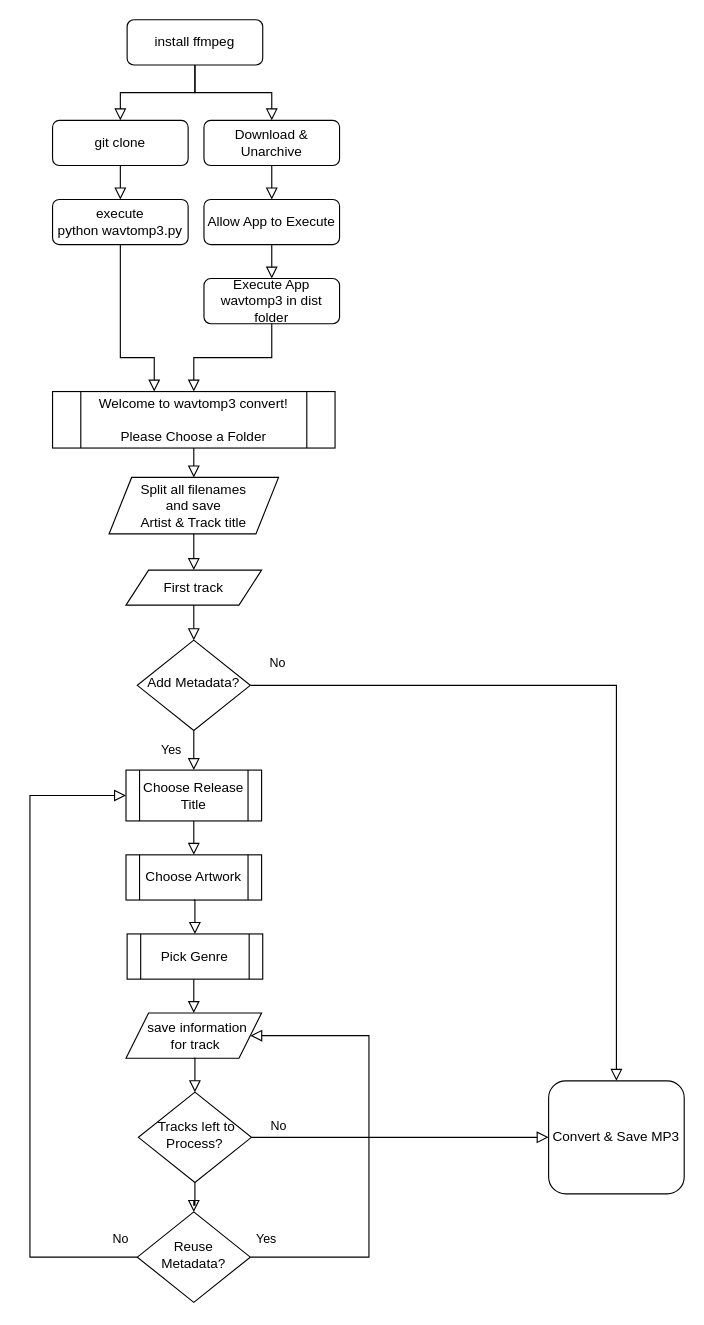
The draw.io diagram readme-content/Untitled Diagram.drawio in carlos-lehmann/wavtomp3, before the edit. Source tidied: cells renumbered, new cells numbered last; positions are measured from the earlier drawing's top-left corner, leaving out a move shared by most shapes. Both pictures are drawn from the tidied source at 113%, with x=0, y=0 at pixel (29, 19).
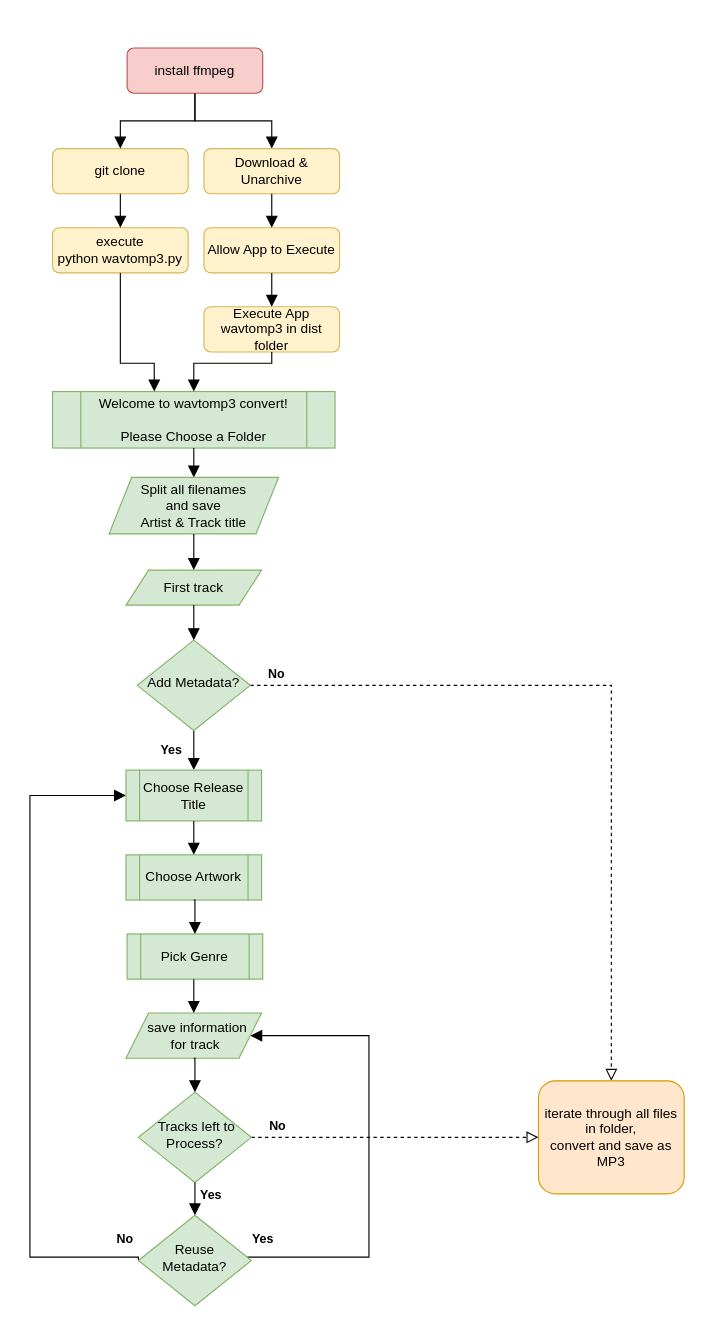
Above is the later version.

What changed in the source:
```diff
@@
-    <mxCell id="2" style="rounded=0;html=1;jettySize=auto;fontSize=11;endArrow=block;endFill=0;endSize=8;strokeWidth=1;shadow=0;labelBackgroundColor=none;edgeStyle=orthogonalEdgeStyle;" parent="1" edge="1" source="3" target="11">
+    <mxCell id="2" style="rounded=0;html=1;jettySize=auto;fontSize=11;endArrow=block;endFill=1;endSize=8;strokeWidth=1;shadow=0;labelBackgroundColor=none;edgeStyle=orthogonalEdgeStyle;" parent="1" edge="1" source="3" target="11">
       <mxGeometry relative="1" as="geometry" />
     </mxCell>
-    <mxCell id="3" value="install ffmpeg" style="rounded=1;whiteSpace=wrap;html=1;fontSize=12;glass=0;strokeWidth=1;shadow=0;" parent="1" vertex="1">
-      <mxGeometry x="86" width="120" height="40" as="geometry" />
+    <mxCell id="3" value="install ffmpeg" style="rounded=1;whiteSpace=wrap;html=1;fontSize=12;glass=0;strokeWidth=1;shadow=0;fillColor=#f8cecc;strokeColor=#b85450;" parent="1" vertex="1">
+      <mxGeometry x="86" y="25" width="120" height="40" as="geometry" />
     </mxCell>
-    <mxCell id="4" value="Yes" style="rounded=0;html=1;jettySize=auto;fontSize=11;endArrow=block;endFill=0;endSize=8;strokeWidth=1;shadow=0;labelBackgroundColor=none;edgeStyle=orthogonalEdgeStyle;entryX=0.5;entryY=0;entryDx=0;entryDy=0;" parent="1" edge="1" source="6" target="23">
+    <mxCell id="4" value="&lt;b&gt;Yes&lt;/b&gt;" style="rounded=0;html=1;jettySize=auto;fontSize=11;endArrow=block;endFill=1;endSize=8;strokeWidth=1;shadow=0;labelBackgroundColor=none;edgeStyle=orthogonalEdgeStyle;entryX=0.5;entryY=0;entryDx=0;entryDy=0;" parent="1" edge="1" source="6" target="23">
       <mxGeometry y="20" relative="1" as="geometry" />
     </mxCell>
-    <mxCell id="5" value="No" style="edgeStyle=orthogonalEdgeStyle;rounded=0;html=1;jettySize=auto;fontSize=11;endArrow=block;endFill=0;endSize=8;strokeWidth=1;shadow=0;labelBackgroundColor=none;" parent="1" edge="1" source="6" target="7">
-      <mxGeometry x="-0.93" y="20" relative="1" as="geometry" />
+    <mxCell id="5" value="&lt;b&gt;No&lt;/b&gt;" style="edgeStyle=orthogonalEdgeStyle;rounded=0;html=1;jettySize=auto;fontSize=11;endArrow=block;endFill=0;endSize=8;strokeWidth=1;shadow=0;labelBackgroundColor=none;dashed=1;" parent="1" edge="1" source="6" target="7">
+      <mxGeometry x="-0.93" y="10" relative="1" as="geometry" />
     </mxCell>
-    <mxCell id="6" value="Add Metadata?" style="rhombus;whiteSpace=wrap;html=1;shadow=0;fontFamily=Helvetica;fontSize=12;align=center;strokeWidth=1;spacing=6;spacingTop=-4;" parent="1" vertex="1">
+    <mxCell id="6" value="Add Metadata?" style="rhombus;whiteSpace=wrap;html=1;shadow=0;fontFamily=Helvetica;fontSize=12;align=center;strokeWidth=1;spacing=6;spacingTop=-4;fillColor=#d5e8d4;strokeColor=#82b366;" parent="1" vertex="1">
       <mxGeometry x="95" y="549" width="100" height="80" as="geometry" />
     </mxCell>
-    <mxCell id="7" value="Convert &amp;amp; Save MP3" style="rounded=1;whiteSpace=wrap;html=1;fontSize=12;glass=0;strokeWidth=1;shadow=0;" parent="1" vertex="1">
-      <mxGeometry x="459" y="939" width="120" height="100" as="geometry" />
+    <mxCell id="7" value="iterate through all files in folder,&lt;br&gt;convert and save as MP3" style="rounded=1;whiteSpace=wrap;html=1;fontSize=12;glass=0;strokeWidth=1;shadow=0;fillColor=#ffe6cc;strokeColor=#d79b00;" parent="1" vertex="1">
+      <mxGeometry x="450" y="939" width="129" height="100" as="geometry" />
     </mxCell>
-    <mxCell id="8" value="No" style="rounded=0;html=1;jettySize=auto;fontSize=11;endArrow=block;endFill=0;endSize=8;strokeWidth=1;shadow=0;labelBackgroundColor=none;edgeStyle=orthogonalEdgeStyle;entryX=0;entryY=0.5;entryDx=0;entryDy=0;exitX=0;exitY=0.5;exitDx=0;exitDy=0;" parent="1" edge="1" source="10" target="23">
+    <mxCell id="8" value="&lt;b&gt;No&lt;/b&gt;" style="rounded=0;html=1;jettySize=auto;fontSize=11;endArrow=block;endFill=1;endSize=8;strokeWidth=1;shadow=0;labelBackgroundColor=none;edgeStyle=orthogonalEdgeStyle;entryX=0;entryY=0.5;entryDx=0;entryDy=0;exitX=0;exitY=0.5;exitDx=0;exitDy=0;" parent="1" edge="1" source="10" target="23">
       <mxGeometry x="-0.95" y="-16" relative="1" as="geometry">
         <Array as="points">
           <mxPoint y="1095" />
           <mxPoint y="687" />
         </Array>
       </mxGeometry>
     </mxCell>
-    <mxCell id="9" value="Yes" style="edgeStyle=orthogonalEdgeStyle;rounded=0;html=1;jettySize=auto;fontSize=11;endArrow=block;endFill=0;endSize=8;strokeWidth=1;shadow=0;labelBackgroundColor=none;entryX=1;entryY=0.5;entryDx=0;entryDy=0;" parent="1" edge="1" source="10" target="32">
+    <mxCell id="9" value="&lt;b&gt;Yes&lt;/b&gt;" style="edgeStyle=orthogonalEdgeStyle;rounded=0;html=1;jettySize=auto;fontSize=11;endArrow=block;endFill=1;endSize=8;strokeWidth=1;shadow=0;labelBackgroundColor=none;entryX=1;entryY=0.5;entryDx=0;entryDy=0;" parent="1" edge="1" source="10" target="32">
       <mxGeometry x="-0.93" y="16" relative="1" as="geometry">
         <Array as="points">
           <mxPoint x="300" y="1095" />
           <mxPoint x="300" y="899" />
         </Array>
       </mxGeometry>
     </mxCell>
-    <mxCell id="10" value="Reuse Metadata?" style="rhombus;whiteSpace=wrap;html=1;shadow=0;fontFamily=Helvetica;fontSize=12;align=center;strokeWidth=1;spacing=6;spacingTop=-4;" parent="1" vertex="1">
-      <mxGeometry x="95" y="1055" width="100" height="80" as="geometry" />
+    <mxCell id="10" value="Reuse Metadata?" style="rhombus;whiteSpace=wrap;html=1;shadow=0;fontFamily=Helvetica;fontSize=12;align=center;strokeWidth=1;spacing=6;spacingTop=-4;fillColor=#d5e8d4;strokeColor=#82b366;" parent="1" vertex="1">
+      <mxGeometry x="96" y="1058" width="100" height="80" as="geometry" />
     </mxCell>
-    <mxCell id="11" value="Download &amp;amp; Unarchive" style="rounded=1;whiteSpace=wrap;html=1;fontSize=12;glass=0;strokeWidth=1;shadow=0;" parent="1" vertex="1">
-      <mxGeometry x="154" y="89" width="120" height="40" as="geometry" />
+    <mxCell id="11" value="Download &amp;amp; Unarchive" style="rounded=1;whiteSpace=wrap;html=1;fontSize=12;glass=0;strokeWidth=1;shadow=0;fillColor=#fff2cc;strokeColor=#d6b656;" parent="1" vertex="1">
+      <mxGeometry x="154" y="114" width="120" height="40" as="geometry" />
     </mxCell>
-    <mxCell id="12" value="git clone" style="rounded=1;whiteSpace=wrap;html=1;fontSize=12;glass=0;strokeWidth=1;shadow=0;" parent="1" vertex="1">
-      <mxGeometry x="20" y="89" width="120" height="40" as="geometry" />
+    <mxCell id="12" value="git clone" style="rounded=1;whiteSpace=wrap;html=1;fontSize=12;glass=0;strokeWidth=1;shadow=0;fillColor=#fff2cc;strokeColor=#d6b656;" parent="1" vertex="1">
+      <mxGeometry x="20" y="114" width="120" height="40" as="geometry" />
     </mxCell>
-    <mxCell id="13" style="rounded=0;html=1;jettySize=auto;fontSize=11;endArrow=block;endFill=0;endSize=8;strokeWidth=1;shadow=0;labelBackgroundColor=none;edgeStyle=orthogonalEdgeStyle;exitX=0.5;exitY=1;exitDx=0;exitDy=0;" parent="1" edge="1" source="3" target="12">
+    <mxCell id="13" style="rounded=0;html=1;jettySize=auto;fontSize=11;endArrow=block;endFill=1;endSize=8;strokeWidth=1;shadow=0;labelBackgroundColor=none;edgeStyle=orthogonalEdgeStyle;exitX=0.5;exitY=1;exitDx=0;exitDy=0;" parent="1" edge="1" source="3" target="12">
       <mxGeometry relative="1" as="geometry" />
     </mxCell>
-    <mxCell id="14" value="Allow App to Execute" style="rounded=1;whiteSpace=wrap;html=1;fontSize=12;glass=0;strokeWidth=1;shadow=0;" parent="1" vertex="1">
-      <mxGeometry x="154" y="159" width="120" height="40" as="geometry" />
+    <mxCell id="14" value="Allow App to Execute" style="rounded=1;whiteSpace=wrap;html=1;fontSize=12;glass=0;strokeWidth=1;shadow=0;fillColor=#fff2cc;strokeColor=#d6b656;" parent="1" vertex="1">
+      <mxGeometry x="154" y="184" width="120" height="40" as="geometry" />
     </mxCell>
-    <mxCell id="15" style="rounded=0;html=1;jettySize=auto;fontSize=11;endArrow=block;endFill=0;endSize=8;strokeWidth=1;shadow=0;labelBackgroundColor=none;edgeStyle=orthogonalEdgeStyle;exitX=0.5;exitY=1;exitDx=0;exitDy=0;" parent="1" edge="1" source="11" target="14">
+    <mxCell id="15" style="rounded=0;html=1;jettySize=auto;fontSize=11;endArrow=block;endFill=1;endSize=8;strokeWidth=1;shadow=0;labelBackgroundColor=none;edgeStyle=orthogonalEdgeStyle;exitX=0.5;exitY=1;exitDx=0;exitDy=0;" parent="1" edge="1" source="11" target="14">
       <mxGeometry relative="1" as="geometry" />
     </mxCell>
-    <mxCell id="16" value="execute&lt;br&gt;python wavtomp3.py" style="rounded=1;whiteSpace=wrap;html=1;fontSize=12;glass=0;strokeWidth=1;shadow=0;" parent="1" vertex="1">
-      <mxGeometry x="20" y="159" width="120" height="40" as="geometry" />
+    <mxCell id="16" value="execute&lt;br&gt;python wavtomp3.py" style="rounded=1;whiteSpace=wrap;html=1;fontSize=12;glass=0;strokeWidth=1;shadow=0;fillColor=#fff2cc;strokeColor=#d6b656;" parent="1" vertex="1">
+      <mxGeometry x="20" y="184" width="120" height="40" as="geometry" />
     </mxCell>
-    <mxCell id="17" style="rounded=0;html=1;jettySize=auto;fontSize=11;endArrow=block;endFill=0;endSize=8;strokeWidth=1;shadow=0;labelBackgroundColor=none;edgeStyle=orthogonalEdgeStyle;exitX=0.5;exitY=1;exitDx=0;exitDy=0;entryX=0.5;entryY=0;entryDx=0;entryDy=0;" parent="1" edge="1" source="12" target="16">
+    <mxCell id="17" style="rounded=0;html=1;jettySize=auto;fontSize=11;endArrow=block;endFill=1;endSize=8;strokeWidth=1;shadow=0;labelBackgroundColor=none;edgeStyle=orthogonalEdgeStyle;exitX=0.5;exitY=1;exitDx=0;exitDy=0;entryX=0.5;entryY=0;entryDx=0;entryDy=0;" parent="1" edge="1" source="12" target="16">
       <mxGeometry relative="1" as="geometry">
         <Array as="points">
-          <mxPoint x="80" y="129" />
+          <mxPoint x="80" y="154" />
         </Array>
       </mxGeometry>
     </mxCell>
-    <mxCell id="18" value="Execute App wavtomp3 in dist folder" style="rounded=1;whiteSpace=wrap;html=1;fontSize=12;glass=0;strokeWidth=1;shadow=0;" parent="1" vertex="1">
-      <mxGeometry x="154" y="229" width="120" height="40" as="geometry" />
+    <mxCell id="18" value="Execute App wavtomp3 in dist folder" style="rounded=1;whiteSpace=wrap;html=1;fontSize=12;glass=0;strokeWidth=1;shadow=0;fillColor=#fff2cc;strokeColor=#d6b656;" parent="1" vertex="1">
+      <mxGeometry x="154" y="254" width="120" height="40" as="geometry" />
     </mxCell>
-    <mxCell id="19" style="rounded=0;html=1;jettySize=auto;fontSize=11;endArrow=block;endFill=0;endSize=8;strokeWidth=1;shadow=0;labelBackgroundColor=none;edgeStyle=orthogonalEdgeStyle;exitX=0.5;exitY=1;exitDx=0;exitDy=0;" parent="1" edge="1" source="14" target="18">
+    <mxCell id="19" style="rounded=0;html=1;jettySize=auto;fontSize=11;endArrow=block;endFill=1;endSize=8;strokeWidth=1;shadow=0;labelBackgroundColor=none;edgeStyle=orthogonalEdgeStyle;exitX=0.5;exitY=1;exitDx=0;exitDy=0;" parent="1" edge="1" source="14" target="18">
       <mxGeometry relative="1" as="geometry" />
     </mxCell>
-    <mxCell id="20" value="Welcome to wavtomp3 convert!&lt;br&gt;&lt;br&gt;Please Choose a Folder" style="shape=process;whiteSpace=wrap;html=1;backgroundOutline=1;" parent="1" vertex="1">
+    <mxCell id="20" value="Welcome to wavtomp3 convert!&lt;br&gt;&lt;br&gt;Please Choose a Folder" style="shape=process;whiteSpace=wrap;html=1;backgroundOutline=1;fillColor=#d5e8d4;strokeColor=#82b366;" parent="1" vertex="1">
       <mxGeometry x="20" y="329" width="250" height="50" as="geometry" />
     </mxCell>
-    <mxCell id="21" style="rounded=0;html=1;jettySize=auto;fontSize=11;endArrow=block;endFill=0;endSize=8;strokeWidth=1;shadow=0;labelBackgroundColor=none;edgeStyle=orthogonalEdgeStyle;exitX=0.5;exitY=1;exitDx=0;exitDy=0;entryX=0.5;entryY=0;entryDx=0;entryDy=0;" parent="1" edge="1" source="18" target="20">
-      <mxGeometry relative="1" as="geometry" />
+    <mxCell id="21" style="rounded=0;html=1;jettySize=auto;fontSize=11;endArrow=block;endFill=1;endSize=8;strokeWidth=1;shadow=0;labelBackgroundColor=none;edgeStyle=orthogonalEdgeStyle;exitX=0.5;exitY=1;exitDx=0;exitDy=0;entryX=0.5;entryY=0;entryDx=0;entryDy=0;" parent="1" edge="1" source="18" target="20">
+      <mxGeometry relative="1" as="geometry">
+        <Array as="points">
+          <mxPoint x="214" y="304" />
+          <mxPoint x="145" y="304" />
+        </Array>
+      </mxGeometry>
     </mxCell>
-    <mxCell id="22" style="rounded=0;html=1;jettySize=auto;fontSize=11;endArrow=block;endFill=0;endSize=8;strokeWidth=1;shadow=0;labelBackgroundColor=none;edgeStyle=orthogonalEdgeStyle;exitX=0.5;exitY=1;exitDx=0;exitDy=0;" parent="1" edge="1" source="16" target="20">
+    <mxCell id="22" style="rounded=0;html=1;jettySize=auto;fontSize=11;endArrow=block;endFill=1;endSize=8;strokeWidth=1;shadow=0;labelBackgroundColor=none;edgeStyle=orthogonalEdgeStyle;exitX=0.5;exitY=1;exitDx=0;exitDy=0;" parent="1" edge="1" source="16" target="20">
       <mxGeometry relative="1" as="geometry">
         <Array as="points">
-          <mxPoint x="80" y="299" />
-          <mxPoint x="110" y="299" />
+          <mxPoint x="80" y="304" />
+          <mxPoint x="110" y="304" />
         </Array>
       </mxGeometry>
     </mxCell>
-    <mxCell id="23" value="Choose Release Title" style="shape=process;whiteSpace=wrap;html=1;backgroundOutline=1;" parent="1" vertex="1">
+    <mxCell id="23" value="Choose Release Title" style="shape=process;whiteSpace=wrap;html=1;backgroundOutline=1;fillColor=#d5e8d4;strokeColor=#82b366;" parent="1" vertex="1">
       <mxGeometry x="85" y="664" width="120" height="45" as="geometry" />
     </mxCell>
-    <mxCell id="24" value="Choose Artwork" style="shape=process;whiteSpace=wrap;html=1;backgroundOutline=1;" parent="1" vertex="1">
+    <mxCell id="24" value="Choose Artwork" style="shape=process;whiteSpace=wrap;html=1;backgroundOutline=1;fillColor=#d5e8d4;strokeColor=#82b366;" parent="1" vertex="1">
       <mxGeometry x="85" y="739" width="120" height="40" as="geometry" />
     </mxCell>
-    <mxCell id="25" style="rounded=0;html=1;jettySize=auto;fontSize=11;endArrow=block;endFill=0;endSize=8;strokeWidth=1;shadow=0;labelBackgroundColor=none;edgeStyle=orthogonalEdgeStyle;exitX=0.5;exitY=1;exitDx=0;exitDy=0;" parent="1" edge="1" source="23" target="24">
+    <mxCell id="25" style="rounded=0;html=1;jettySize=auto;fontSize=11;endArrow=block;endFill=1;endSize=8;strokeWidth=1;shadow=0;labelBackgroundColor=none;edgeStyle=orthogonalEdgeStyle;exitX=0.5;exitY=1;exitDx=0;exitDy=0;" parent="1" edge="1" source="23" target="24">
       <mxGeometry y="20" relative="1" as="geometry">
         <Array as="points">
           <mxPoint x="145" y="724" />
           <mxPoint x="145" y="789" />
         </Array>
       </mxGeometry>
     </mxCell>
-    <mxCell id="26" value="Pick Genre" style="shape=process;whiteSpace=wrap;html=1;backgroundOutline=1;" parent="1" vertex="1">
+    <mxCell id="26" value="Pick Genre" style="shape=process;whiteSpace=wrap;html=1;backgroundOutline=1;fillColor=#d5e8d4;strokeColor=#82b366;" parent="1" vertex="1">
       <mxGeometry x="86" y="809" width="120" height="40" as="geometry" />
     </mxCell>
-    <mxCell id="27" style="rounded=0;html=1;jettySize=auto;fontSize=11;endArrow=block;endFill=0;endSize=8;strokeWidth=1;shadow=0;labelBackgroundColor=none;edgeStyle=orthogonalEdgeStyle;exitX=0.5;exitY=1;exitDx=0;exitDy=0;entryX=0.5;entryY=0;entryDx=0;entryDy=0;" parent="1" edge="1" source="24" target="26">
+    <mxCell id="27" style="rounded=0;html=1;jettySize=auto;fontSize=11;endArrow=block;endFill=1;endSize=8;strokeWidth=1;shadow=0;labelBackgroundColor=none;edgeStyle=orthogonalEdgeStyle;exitX=0.5;exitY=1;exitDx=0;exitDy=0;entryX=0.5;entryY=0;entryDx=0;entryDy=0;" parent="1" edge="1" source="24" target="26">
       <mxGeometry y="20" relative="1" as="geometry" />
     </mxCell>
-    <mxCell id="28" value="First track" style="shape=parallelogram;perimeter=parallelogramPerimeter;whiteSpace=wrap;html=1;fixedSize=1;" parent="1" vertex="1">
+    <mxCell id="28" value="First track" style="shape=parallelogram;perimeter=parallelogramPerimeter;whiteSpace=wrap;html=1;fixedSize=1;fillColor=#d5e8d4;strokeColor=#82b366;" parent="1" vertex="1">
       <mxGeometry x="85" y="487" width="120" height="31" as="geometry" />
     </mxCell>
-    <mxCell id="29" style="rounded=0;html=1;jettySize=auto;fontSize=11;endArrow=block;endFill=0;endSize=8;strokeWidth=1;shadow=0;labelBackgroundColor=none;edgeStyle=orthogonalEdgeStyle;exitX=0.5;exitY=1;exitDx=0;exitDy=0;entryX=0.5;entryY=0;entryDx=0;entryDy=0;" parent="1" edge="1" source="20" target="30">
+    <mxCell id="29" style="rounded=0;html=1;jettySize=auto;fontSize=11;endArrow=block;endFill=1;endSize=8;strokeWidth=1;shadow=0;labelBackgroundColor=none;edgeStyle=orthogonalEdgeStyle;exitX=0.5;exitY=1;exitDx=0;exitDy=0;entryX=0.5;entryY=0;entryDx=0;entryDy=0;" parent="1" edge="1" source="20" target="30">
       <mxGeometry y="20" relative="1" as="geometry" />
     </mxCell>
-    <mxCell id="30" value="Split all filenames&lt;br&gt;and save &lt;br&gt;Artist &amp;amp; Track title" style="shape=parallelogram;perimeter=parallelogramPerimeter;whiteSpace=wrap;html=1;fixedSize=1;" parent="1" vertex="1">
+    <mxCell id="30" value="Split all filenames&lt;br&gt;and save &lt;br&gt;Artist &amp;amp; Track title" style="shape=parallelogram;perimeter=parallelogramPerimeter;whiteSpace=wrap;html=1;fixedSize=1;fillColor=#d5e8d4;strokeColor=#82b366;" parent="1" vertex="1">
       <mxGeometry x="70" y="405" width="150" height="50" as="geometry" />
     </mxCell>
-    <mxCell id="31" style="rounded=0;html=1;jettySize=auto;fontSize=11;endArrow=block;endFill=0;endSize=8;strokeWidth=1;shadow=0;labelBackgroundColor=none;edgeStyle=orthogonalEdgeStyle;exitX=0.5;exitY=1;exitDx=0;exitDy=0;" parent="1" edge="1" source="28">
+    <mxCell id="31" style="rounded=0;html=1;jettySize=auto;fontSize=11;endArrow=block;endFill=1;endSize=8;strokeWidth=1;shadow=0;labelBackgroundColor=none;edgeStyle=orthogonalEdgeStyle;exitX=0.5;exitY=1;exitDx=0;exitDy=0;" parent="1" edge="1" source="28">
       <mxGeometry y="20" relative="1" as="geometry">
         <mxPoint x="145" y="549" as="targetPoint" />
       </mxGeometry>
     </mxCell>
-    <mxCell id="32" value="&amp;nbsp; save information&lt;br&gt;&amp;nbsp;for track" style="shape=parallelogram;perimeter=parallelogramPerimeter;whiteSpace=wrap;html=1;fixedSize=1;" parent="1" vertex="1">
+    <mxCell id="32" value="&amp;nbsp; save information&lt;br&gt;&amp;nbsp;for track" style="shape=parallelogram;perimeter=parallelogramPerimeter;whiteSpace=wrap;html=1;fixedSize=1;fillColor=#d5e8d4;strokeColor=#82b366;" parent="1" vertex="1">
       <mxGeometry x="85" y="879" width="120" height="40" as="geometry" />
     </mxCell>
-    <mxCell id="33" style="rounded=0;html=1;jettySize=auto;fontSize=11;endArrow=block;endFill=0;endSize=8;strokeWidth=1;shadow=0;labelBackgroundColor=none;edgeStyle=orthogonalEdgeStyle;entryX=0.5;entryY=0;entryDx=0;entryDy=0;" parent="1" edge="1" target="32">
+    <mxCell id="33" style="rounded=0;html=1;jettySize=auto;fontSize=11;endArrow=block;endFill=1;endSize=8;strokeWidth=1;shadow=0;labelBackgroundColor=none;edgeStyle=orthogonalEdgeStyle;entryX=0.5;entryY=0;entryDx=0;entryDy=0;" parent="1" edge="1" target="32">
       <mxGeometry y="20" relative="1" as="geometry">
         <mxPoint x="145" y="849" as="sourcePoint" />
       </mxGeometry>
     </mxCell>
-    <mxCell id="34" style="rounded=0;html=1;jettySize=auto;fontSize=11;endArrow=block;endFill=0;endSize=8;strokeWidth=1;shadow=0;labelBackgroundColor=none;edgeStyle=orthogonalEdgeStyle;entryX=0.5;entryY=0;entryDx=0;entryDy=0;" parent="1" edge="1" source="36" target="10">
-      <mxGeometry y="20" relative="1" as="geometry" />
-    </mxCell>
-    <mxCell id="35" value="No" style="rounded=0;html=1;jettySize=auto;fontSize=11;endArrow=block;endFill=0;endSize=8;strokeWidth=1;shadow=0;labelBackgroundColor=none;edgeStyle=orthogonalEdgeStyle;exitX=1;exitY=0.5;exitDx=0;exitDy=0;entryX=0;entryY=0.5;entryDx=0;entryDy=0;" parent="1" edge="1" source="36" target="7">
+    <mxCell id="35" value="&lt;b&gt;No&lt;/b&gt;" style="rounded=0;html=1;jettySize=auto;fontSize=11;endArrow=block;endFill=0;endSize=8;strokeWidth=1;shadow=0;labelBackgroundColor=none;edgeStyle=orthogonalEdgeStyle;exitX=1;exitY=0.5;exitDx=0;exitDy=0;entryX=0;entryY=0.5;entryDx=0;entryDy=0;dashed=1;" parent="1" edge="1" source="36" target="7">
       <mxGeometry x="-0.82" y="10" relative="1" as="geometry" />
     </mxCell>
-    <mxCell id="36" value="&amp;nbsp;Tracks left to Process?" style="rhombus;whiteSpace=wrap;html=1;shadow=0;fontFamily=Helvetica;fontSize=12;align=center;strokeWidth=1;spacing=6;spacingTop=-4;" parent="1" vertex="1">
+    <mxCell id="36" value="&amp;nbsp;Tracks left to Process?" style="rhombus;whiteSpace=wrap;html=1;shadow=0;fontFamily=Helvetica;fontSize=12;align=center;strokeWidth=1;spacing=6;spacingTop=-4;fillColor=#d5e8d4;strokeColor=#82b366;" parent="1" vertex="1">
       <mxGeometry x="96" y="949" width="100" height="80" as="geometry" />
     </mxCell>
-    <mxCell id="37" style="rounded=0;html=1;jettySize=auto;fontSize=11;endArrow=block;endFill=0;endSize=8;strokeWidth=1;shadow=0;labelBackgroundColor=none;edgeStyle=orthogonalEdgeStyle;exitX=0.5;exitY=1;exitDx=0;exitDy=0;entryX=0.5;entryY=0;entryDx=0;entryDy=0;" parent="1" edge="1" source="32" target="36">
+    <mxCell id="37" style="rounded=0;html=1;jettySize=auto;fontSize=11;endArrow=block;endFill=1;endSize=8;strokeWidth=1;shadow=0;labelBackgroundColor=none;edgeStyle=orthogonalEdgeStyle;exitX=0.5;exitY=1;exitDx=0;exitDy=0;entryX=0.5;entryY=0;entryDx=0;entryDy=0;" parent="1" edge="1" source="32" target="36">
       <mxGeometry y="20" relative="1" as="geometry" />
     </mxCell>
-    <mxCell id="38" style="rounded=0;html=1;jettySize=auto;fontSize=11;endArrow=block;endFill=0;endSize=8;strokeWidth=1;shadow=0;labelBackgroundColor=none;edgeStyle=orthogonalEdgeStyle;" parent="1" edge="1" source="30" target="28">
+    <mxCell id="38" style="rounded=0;html=1;jettySize=auto;fontSize=11;endArrow=block;endFill=1;endSize=8;strokeWidth=1;shadow=0;labelBackgroundColor=none;edgeStyle=orthogonalEdgeStyle;" parent="1" edge="1" source="30" target="28">
       <mxGeometry y="20" relative="1" as="geometry" />
     </mxCell>
+    <mxCell id="34" value="&lt;b&gt;Yes&lt;/b&gt;" style="edgeStyle=orthogonalEdgeStyle;rounded=0;html=1;jettySize=auto;fontSize=11;endArrow=block;endFill=1;endSize=8;strokeWidth=1;shadow=0;labelBackgroundColor=none;exitX=0.5;exitY=1;exitDx=0;exitDy=0;entryX=0.5;entryY=0;entryDx=0;entryDy=0;" parent="1" edge="1" source="36" target="10">
+      <mxGeometry x="-0.23" y="14" relative="1" as="geometry">
+        <Array as="points">
+          <mxPoint x="146" y="1055" />
+        </Array>
+      </mxGeometry>
+    </mxCell>
```
